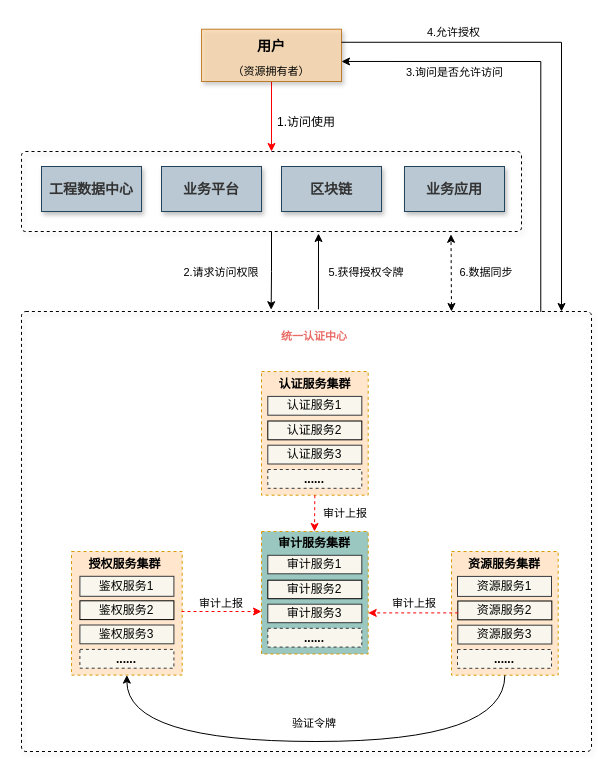
sun-beijixing/drawio keeps this draw.io diagram as page "第 1 页" (1 of 2) of 东庄信息化项目-统一权限管理-总设计图.drawio. Above is the earlier version. Source tidied: cells renumbered, new cells numbered last; positions are measured from the earlier drawing's top-left corner, leaving out a move shared by most shapes. Both pictures are drawn from the tidied source at 100%, with x=0, y=0 at pixel (21, 21).
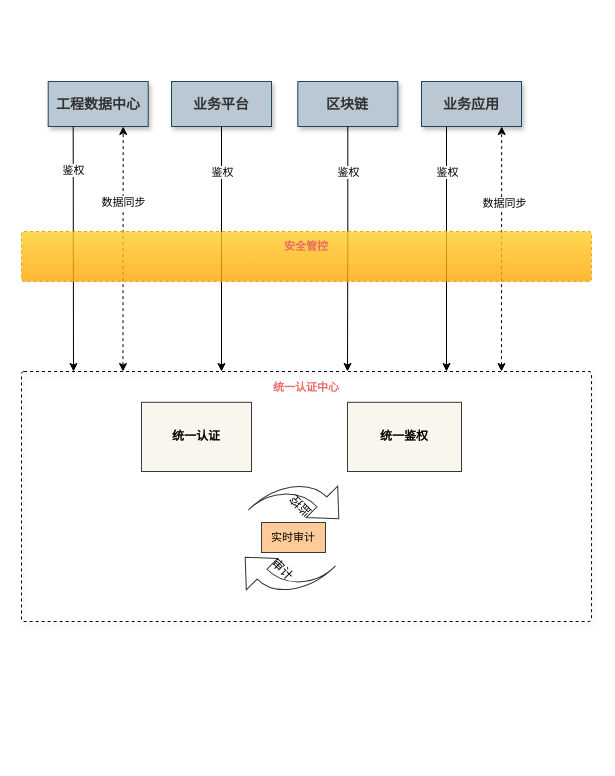
Above is the later version.

Commit message (it also covers changes not shown here):
更新东庄信息化项目-统一权限管理-总设计图.drawio

Diff of the diagram source:
```diff
@@
-    <mxCell id="2" style="rounded=1;whiteSpace=wrap;html=1;shadow=1;fontSize=11;strokeWidth=1;fillColor=none;dashed=1;arcSize=5;" parent="1" vertex="1">
-      <mxGeometry y="130" width="500" height="80" as="geometry" />
-    </mxCell>
     <mxCell id="3" style="text;html=1;fillColor=none;align=center;verticalAlign=middle;whiteSpace=wrap;fontSize=54;fontStyle=1;shadow=1;rounded=1;glass=0;sketch=0;arcSize=1;dashed=1;strokeWidth=1;strokeColor=default;" parent="1" vertex="1">
-      <mxGeometry y="290" width="570" height="440" as="geometry" />
+      <mxGeometry y="350" width="570" height="250" as="geometry" />
     </mxCell>
-    <mxCell id="4" style="edgeStyle=orthogonalEdgeStyle;elbow=horizontal;endArrow=classic;html=1;rounded=0;jumpStyle=none;exitX=0.5;exitY=1;exitDx=0;exitDy=0;entryX=0.438;entryY=-0.004;entryDx=0;entryDy=0;entryPerimeter=0;" parent="1" edge="1" source="2" target="3">
-      <mxGeometry relative="1" as="geometry" />
-    </mxCell>
-    <mxCell id="5" style="group;" parent="1" vertex="1">
-      <mxGeometry x="240" y="510" width="106.7" height="122.5" as="geometry" />
-    </mxCell>
-    <mxCell id="6" style="rounded=0;whiteSpace=wrap;html=1;shadow=0;glass=0;sketch=0;fillColor=#9AC7BF;strokeColor=#d79b00;dashed=1;" parent="5" vertex="1">
-      <mxGeometry width="106.7" height="122.5" as="geometry" />
-    </mxCell>
-    <mxCell id="7" value="&lt;font style=&quot;font-size: 12px;&quot;&gt;&lt;b&gt;审计服务集群&lt;/b&gt;&lt;/font&gt;" style="text;html=1;strokeColor=none;fillColor=none;align=center;verticalAlign=middle;whiteSpace=wrap;rounded=0;shadow=1;fontSize=16;" parent="5" vertex="1">
-      <mxGeometry x="3.3" y="0.4" width="100" height="18.5" as="geometry" />
-    </mxCell>
-    <mxCell id="8" value="审计服务1" style="rounded=0;whiteSpace=wrap;html=1;shadow=0;fontSize=12;fillColor=#f9f7ed;strokeColor=#36393d;" parent="5" vertex="1">
-      <mxGeometry x="6.3" y="23.8" width="94" height="18.5" as="geometry" />
-    </mxCell>
-    <mxCell id="9" value="审计服务2" style="rounded=0;whiteSpace=wrap;html=1;shadow=0;fontSize=12;fillColor=#f9f7ed;strokeColor=default;" parent="5" vertex="1">
-      <mxGeometry x="6.3" y="48.7" width="94" height="18.5" as="geometry" />
-    </mxCell>
-    <mxCell id="10" value="审计服务3" style="rounded=0;whiteSpace=wrap;html=1;shadow=0;fontSize=12;fillColor=#f9f7ed;strokeColor=#36393d;" parent="5" vertex="1">
-      <mxGeometry x="6.3" y="72.7" width="94" height="18.5" as="geometry" />
-    </mxCell>
-    <mxCell id="11" value="&lt;b&gt;......&lt;/b&gt;" style="rounded=0;whiteSpace=wrap;html=1;shadow=0;fontSize=12;fillColor=#f9f7ed;strokeColor=#36393d;dashed=1;verticalAlign=bottom;align=center;" parent="5" vertex="1">
-      <mxGeometry x="6.3" y="96.8" width="94" height="18.8" as="geometry" />
-    </mxCell>
-    <mxCell id="12" style="group;" parent="1" vertex="1">
-      <mxGeometry x="240" y="350" width="106.7" height="123.7" as="geometry" />
-    </mxCell>
-    <mxCell id="13" style="rounded=0;whiteSpace=wrap;html=1;shadow=0;glass=0;sketch=0;fillColor=#ffe6cc;strokeColor=#d79b00;dashed=1;" parent="12" vertex="1">
-      <mxGeometry width="106.7" height="123.7" as="geometry" />
-    </mxCell>
-    <mxCell id="14" value="&lt;span style=&quot;font-size: 12px;&quot;&gt;&lt;b&gt;认证服务集群&lt;/b&gt;&lt;/span&gt;" style="text;html=1;strokeColor=none;fillColor=none;align=center;verticalAlign=middle;whiteSpace=wrap;rounded=0;shadow=1;fontSize=16;" parent="12" vertex="1">
-      <mxGeometry x="13.8" y="1.2" width="79" height="18.8" as="geometry" />
-    </mxCell>
-    <mxCell id="15" value="认证服务1" style="rounded=0;whiteSpace=wrap;html=1;shadow=0;fontSize=12;fillColor=#f9f7ed;strokeColor=#36393d;" parent="12" vertex="1">
-      <mxGeometry x="6.3" y="24.9" width="94" height="18.8" as="geometry" />
-    </mxCell>
-    <mxCell id="16" value="认证服务2" style="rounded=0;whiteSpace=wrap;html=1;shadow=0;fontSize=12;fillColor=#f9f7ed;strokeColor=default;" parent="12" vertex="1">
-      <mxGeometry x="6.3" y="49.5" width="94" height="18.8" as="geometry" />
-    </mxCell>
-    <mxCell id="17" value="认证服务3" style="rounded=0;whiteSpace=wrap;html=1;shadow=0;fontSize=12;fillColor=#f9f7ed;strokeColor=#36393d;" parent="12" vertex="1">
-      <mxGeometry x="6.3" y="73.7" width="94" height="18.8" as="geometry" />
-    </mxCell>
-    <mxCell id="18" value="&lt;b&gt;......&lt;/b&gt;" style="rounded=0;whiteSpace=wrap;html=1;shadow=0;fontSize=12;fillColor=#f9f7ed;strokeColor=#36393d;dashed=1;verticalAlign=bottom;align=center;" parent="12" vertex="1">
-      <mxGeometry x="6.3" y="98" width="94" height="18.8" as="geometry" />
-    </mxCell>
-    <mxCell id="19" style="group;" parent="1" vertex="1">
-      <mxGeometry x="430" y="530" width="106.7" height="123.7" as="geometry" />
-    </mxCell>
-    <mxCell id="20" style="rounded=0;whiteSpace=wrap;html=1;shadow=0;glass=0;sketch=0;fillColor=#ffe6cc;strokeColor=#d79b00;dashed=1;" parent="19" vertex="1">
-      <mxGeometry width="106.7" height="123.7" as="geometry" />
-    </mxCell>
-    <mxCell id="21" value="&lt;font style=&quot;font-size: 12px;&quot;&gt;&lt;b&gt;资源服务集群&lt;/b&gt;&lt;/font&gt;" style="text;html=1;strokeColor=none;fillColor=none;align=center;verticalAlign=middle;whiteSpace=wrap;rounded=0;shadow=1;fontSize=16;" parent="19" vertex="1">
-      <mxGeometry x="3" y="1.2" width="100" height="18.8" as="geometry" />
-    </mxCell>
-    <mxCell id="22" value="资源服务1" style="rounded=0;whiteSpace=wrap;html=1;shadow=0;fontSize=12;fillColor=#f9f7ed;strokeColor=#36393d;" parent="19" vertex="1">
-      <mxGeometry x="6" y="24.9" width="94" height="20" as="geometry" />
-    </mxCell>
-    <mxCell id="23" value="资源服务2" style="rounded=0;whiteSpace=wrap;html=1;shadow=0;fontSize=12;fillColor=#f9f7ed;strokeColor=default;" parent="19" vertex="1">
-      <mxGeometry x="6.3" y="49.5" width="94" height="18.8" as="geometry" />
-    </mxCell>
-    <mxCell id="24" value="资源服务3" style="rounded=0;whiteSpace=wrap;html=1;shadow=0;fontSize=12;fillColor=#f9f7ed;strokeColor=#36393d;" parent="19" vertex="1">
-      <mxGeometry x="6.3" y="73.7" width="94" height="18.8" as="geometry" />
-    </mxCell>
-    <mxCell id="25" value="&lt;b&gt;......&lt;/b&gt;" style="rounded=0;whiteSpace=wrap;html=1;shadow=0;fontSize=12;fillColor=#f9f7ed;strokeColor=#36393d;dashed=1;verticalAlign=bottom;align=center;" parent="19" vertex="1">
-      <mxGeometry x="6" y="98" width="94" height="18.8" as="geometry" />
-    </mxCell>
-    <mxCell id="26" style="group;" parent="1" vertex="1">
-      <mxGeometry x="50" y="530" width="110.7" height="123.6" as="geometry" />
-    </mxCell>
-    <mxCell id="27" style="rounded=0;whiteSpace=wrap;html=1;shadow=0;glass=0;sketch=0;fillColor=#ffe6cc;strokeColor=#d79b00;dashed=1;" parent="26" vertex="1">
-      <mxGeometry width="110.7" height="123.6" as="geometry" />
-    </mxCell>
-    <mxCell id="28" value="&lt;font style=&quot;font-size: 12px;&quot;&gt;&lt;b&gt;授权服务集群&lt;/b&gt;&lt;/font&gt;" style="text;html=1;strokeColor=none;fillColor=none;align=center;verticalAlign=middle;whiteSpace=wrap;rounded=0;shadow=1;fontSize=16;" parent="26" vertex="1">
-      <mxGeometry x="13.8" y="1.3" width="79" height="18.8" as="geometry" />
-    </mxCell>
-    <mxCell id="29" value="鉴权服务1" style="rounded=0;whiteSpace=wrap;html=1;shadow=0;fontSize=12;fillColor=#f9f7ed;strokeColor=#36393d;" parent="26" vertex="1">
-      <mxGeometry x="8.4" y="24.8" width="94" height="20" as="geometry" />
-    </mxCell>
-    <mxCell id="30" value="鉴权服务2" style="rounded=0;whiteSpace=wrap;html=1;shadow=0;fontSize=12;fillColor=#f9f7ed;strokeColor=default;" parent="26" vertex="1">
-      <mxGeometry x="8.4" y="49.3" width="94" height="18.8" as="geometry" />
-    </mxCell>
-    <mxCell id="31" value="鉴权服务3" style="rounded=0;whiteSpace=wrap;html=1;shadow=0;fontSize=12;fillColor=#f9f7ed;strokeColor=#36393d;" parent="26" vertex="1">
-      <mxGeometry x="8.4" y="73.5" width="94" height="18.8" as="geometry" />
-    </mxCell>
-    <mxCell id="32" value="&lt;b&gt;......&lt;/b&gt;" style="rounded=0;whiteSpace=wrap;html=1;shadow=0;fontSize=12;fillColor=#f9f7ed;strokeColor=#36393d;dashed=1;verticalAlign=bottom;align=center;" parent="26" vertex="1">
-      <mxGeometry x="8.4" y="97.9" width="94" height="18.8" as="geometry" />
-    </mxCell>
-    <mxCell id="33" style="edgeStyle=orthogonalEdgeStyle;rounded=0;jumpStyle=none;jettySize=auto;html=1;entryX=0.5;entryY=0;entryDx=0;entryDy=0;fontSize=14;strokeColor=#FF0000;" parent="1" edge="1" source="34" target="2">
-      <mxGeometry relative="1" as="geometry" />
-    </mxCell>
-    <mxCell id="34" value="&lt;font style=&quot;&quot;&gt;&lt;span style=&quot;font-weight: bold; font-size: 14px;&quot;&gt;用户&lt;br&gt;&lt;/span&gt;&lt;font style=&quot;font-size: 11px;&quot;&gt;（资源拥有者）&lt;/font&gt;&lt;/font&gt;" style="rounded=0;whiteSpace=wrap;html=1;shadow=1;glass=0;sketch=0;fontSize=20;fillColor=#fad7ac;strokeColor=#b46504;opacity=80;" parent="1" vertex="1">
-      <mxGeometry x="180" y="7.7" width="140" height="52.3" as="geometry" />
-    </mxCell>
-    <mxCell id="35" value="&lt;font style=&quot;font-size: 12px;&quot;&gt;1.访问使用&lt;/font&gt;" style="text;html=1;strokeColor=none;fillColor=none;align=center;verticalAlign=middle;whiteSpace=wrap;rounded=0;shadow=1;fontSize=14;" parent="1" vertex="1">
-      <mxGeometry x="245" y="90" width="80" height="20" as="geometry" />
-    </mxCell>
-    <mxCell id="36" value="&lt;font style=&quot;font-size: 11px;&quot;&gt;2.请求访问权限&lt;/font&gt;" style="text;html=1;strokeColor=none;fillColor=none;align=center;verticalAlign=middle;whiteSpace=wrap;rounded=0;shadow=1;fontSize=14;" parent="1" vertex="1">
-      <mxGeometry x="155" y="240" width="90" height="20" as="geometry" />
-    </mxCell>
-    <mxCell id="37" style="edgeStyle=orthogonalEdgeStyle;elbow=horizontal;endArrow=classic;html=1;rounded=0;jumpStyle=none;exitX=0.911;exitY=0.001;exitDx=0;exitDy=0;exitPerimeter=0;entryX=1;entryY=0.617;entryDx=0;entryDy=0;entryPerimeter=0;" parent="1" edge="1" source="3" target="34">
-      <mxGeometry relative="1" as="geometry">
-        <Array as="points">
-          <mxPoint x="519" y="40" />
-        </Array>
-      </mxGeometry>
-    </mxCell>
-    <mxCell id="38" value="&lt;font style=&quot;font-size: 11px;&quot;&gt;3.询问是否允许访问&lt;/font&gt;" style="text;html=1;strokeColor=none;fillColor=none;align=center;verticalAlign=middle;whiteSpace=wrap;rounded=0;shadow=1;fontSize=14;" parent="1" vertex="1">
-      <mxGeometry x="376.7" y="40" width="113.3" height="20" as="geometry" />
-    </mxCell>
     <mxCell id="39" value="&lt;b style=&quot;color: rgb(51, 51, 51); font-size: 14px;&quot;&gt;工程数据中心&lt;/b&gt;" style="rounded=0;whiteSpace=wrap;html=1;shadow=1;fontSize=11;strokeColor=#23445d;strokeWidth=1;fillColor=#bac8d3;" parent="1" vertex="1">
-      <mxGeometry x="20" y="145" width="100" height="45" as="geometry" />
+      <mxGeometry x="26.7" y="60" width="100" height="45" as="geometry" />
     </mxCell>
     <mxCell id="40" value="&lt;b style=&quot;color: rgb(51, 51, 51); font-size: 14px;&quot;&gt;业务平台&lt;/b&gt;" style="rounded=0;whiteSpace=wrap;html=1;shadow=1;fontSize=11;strokeColor=#23445d;strokeWidth=1;fillColor=#bac8d3;" parent="1" vertex="1">
-      <mxGeometry x="140" y="145" width="100" height="45" as="geometry" />
+      <mxGeometry x="150" y="60" width="100" height="45" as="geometry" />
     </mxCell>
     <mxCell id="41" value="&lt;b style=&quot;color: rgb(51, 51, 51); font-size: 14px;&quot;&gt;区块链&lt;/b&gt;" style="rounded=0;whiteSpace=wrap;html=1;shadow=1;fontSize=11;strokeColor=#23445d;strokeWidth=1;fillColor=#bac8d3;" parent="1" vertex="1">
-      <mxGeometry x="260" y="145" width="100" height="45" as="geometry" />
+      <mxGeometry x="276.3" y="60" width="100" height="45" as="geometry" />
     </mxCell>
     <mxCell id="42" value="&lt;b style=&quot;color: rgb(51, 51, 51); font-size: 14px;&quot;&gt;业务应用&lt;/b&gt;" style="rounded=0;whiteSpace=wrap;html=1;shadow=1;fontSize=11;strokeColor=#23445d;strokeWidth=1;fillColor=#bac8d3;" parent="1" vertex="1">
-      <mxGeometry x="383" y="145" width="100" height="45" as="geometry" />
+      <mxGeometry x="400" y="60" width="100" height="45" as="geometry" />
     </mxCell>
-    <mxCell id="43" style="edgeStyle=orthogonalEdgeStyle;elbow=horizontal;endArrow=classic;html=1;rounded=0;jumpStyle=none;exitX=1;exitY=0.25;exitDx=0;exitDy=0;" parent="1" edge="1" source="34">
-      <mxGeometry relative="1" as="geometry">
-        <mxPoint x="540" y="290" as="targetPoint" />
-        <Array as="points">
-          <mxPoint x="540" y="21" />
-          <mxPoint x="540" y="290" />
-        </Array>
-      </mxGeometry>
-    </mxCell>
-    <mxCell id="44" value="&lt;font style=&quot;font-size: 11px;&quot;&gt;4.允许授权&lt;/font&gt;" style="text;html=1;strokeColor=none;fillColor=none;align=center;verticalAlign=middle;whiteSpace=wrap;rounded=0;shadow=1;fontSize=14;" parent="1" vertex="1">
-      <mxGeometry x="376.3" width="113.3" height="20" as="geometry" />
-    </mxCell>
-    <mxCell id="45" style="edgeStyle=orthogonalEdgeStyle;elbow=horizontal;endArrow=classic;html=1;rounded=0;jumpStyle=none;entryX=0.594;entryY=1.025;entryDx=0;entryDy=0;entryPerimeter=0;exitX=0.521;exitY=-0.005;exitDx=0;exitDy=0;exitPerimeter=0;" parent="1" edge="1" source="3" target="2">
-      <mxGeometry relative="1" as="geometry" />
+    <mxCell id="45" style="edgeStyle=orthogonalEdgeStyle;elbow=horizontal;endArrow=classic;html=1;rounded=0;jumpStyle=none;exitX=0.5;exitY=1;exitDx=0;exitDy=0;" parent="1" edge="1" source="40">
+      <mxGeometry relative="1" as="geometry">
+        <mxPoint x="200" y="350" as="targetPoint" />
+      </mxGeometry>
     </mxCell>
-    <mxCell id="46" value="&lt;font style=&quot;font-size: 11px;&quot;&gt;5.获得授权令牌&lt;/font&gt;" style="text;html=1;strokeColor=none;fillColor=none;align=center;verticalAlign=middle;whiteSpace=wrap;rounded=0;shadow=1;fontSize=14;" parent="1" vertex="1">
-      <mxGeometry x="300" y="240" width="90" height="20" as="geometry" />
-    </mxCell>
-    <mxCell id="47" style="edgeStyle=orthogonalEdgeStyle;rounded=0;jumpStyle=none;orthogonalLoop=1;jettySize=auto;html=1;fontSize=14;dashed=1;strokeColor=#FF0000;" parent="1" edge="1">
-      <mxGeometry relative="1" as="geometry">
-        <mxPoint x="436.7" y="591.4" as="sourcePoint" />
-        <mxPoint x="346.7" y="591.4" as="targetPoint" />
-      </mxGeometry>
-    </mxCell>
-    <mxCell id="48" style="edgeStyle=orthogonalEdgeStyle;rounded=0;jumpStyle=none;orthogonalLoop=1;jettySize=auto;html=1;fontSize=14;dashed=1;strokeColor=#FF0000;" parent="1" edge="1">
-      <mxGeometry relative="1" as="geometry">
-        <mxPoint x="160" y="590" as="sourcePoint" />
-        <mxPoint x="240" y="590" as="targetPoint" />
-      </mxGeometry>
-    </mxCell>
-    <mxCell id="49" style="edgeStyle=orthogonalEdgeStyle;rounded=0;jumpStyle=none;jettySize=auto;html=1;fontSize=14;exitX=0.5;exitY=1;exitDx=0;exitDy=0;dashed=1;strokeColor=#FF0000;" parent="1" edge="1" source="13">
-      <mxGeometry relative="1" as="geometry">
-        <mxPoint x="293" y="510" as="targetPoint" />
-      </mxGeometry>
-    </mxCell>
+    <mxCell id="58" value="鉴权" style="edgeLabel;html=1;align=center;verticalAlign=middle;" parent="45" vertex="1">
+      <mxGeometry x="-0.58" relative="1" as="geometry">
+        <mxPoint y="-7" as="offset" />
+      </mxGeometry>
+    </mxCell>
     <mxCell id="50" value="&lt;b&gt;&lt;font color=&quot;#ea6b66&quot;&gt;统一认证中心&lt;/font&gt;&lt;/b&gt;" style="text;html=1;strokeColor=none;fillColor=none;align=center;verticalAlign=middle;whiteSpace=wrap;rounded=0;shadow=1;fontSize=11;" parent="1" vertex="1">
-      <mxGeometry x="223.3" y="300" width="140" height="30" as="geometry" />
+      <mxGeometry x="215" y="350.8" width="140" height="30" as="geometry" />
     </mxCell>
-    <mxCell id="51" style="edgeStyle=orthogonalEdgeStyle;rounded=0;jumpStyle=none;jettySize=auto;html=1;fontSize=14;curved=1;exitX=0.5;exitY=1;exitDx=0;exitDy=0;entryX=0.5;entryY=1;entryDx=0;entryDy=0;" parent="1" edge="1" source="20" target="27">
-      <mxGeometry relative="1" as="geometry">
-        <Array as="points">
-          <mxPoint x="483" y="720" />
-          <mxPoint x="105" y="720" />
-        </Array>
-      </mxGeometry>
-    </mxCell>
-    <mxCell id="52" value="&lt;font color=&quot;#000000&quot;&gt;验证令牌&lt;/font&gt;" style="text;html=1;strokeColor=none;fillColor=none;align=center;verticalAlign=middle;whiteSpace=wrap;rounded=0;shadow=1;fontSize=11;fontColor=#97D077;" parent="1" vertex="1">
-      <mxGeometry x="263" y="690" width="60" height="24" as="geometry" />
-    </mxCell>
-    <mxCell id="53" value="&lt;font style=&quot;font-size: 11px;&quot; color=&quot;#000000&quot;&gt;审计上报&lt;/font&gt;" style="text;html=1;strokeColor=none;fillColor=none;align=center;verticalAlign=middle;whiteSpace=wrap;rounded=0;shadow=1;fontSize=11;fontColor=#97D077;" parent="1" vertex="1">
-      <mxGeometry x="363.3" y="570" width="60" height="24" as="geometry" />
-    </mxCell>
-    <mxCell id="54" value="&lt;font style=&quot;font-size: 11px;&quot; color=&quot;#000000&quot;&gt;审计上报&lt;/font&gt;" style="text;html=1;strokeColor=none;fillColor=none;align=center;verticalAlign=middle;whiteSpace=wrap;rounded=0;shadow=1;fontSize=11;fontColor=#97D077;" parent="1" vertex="1">
-      <mxGeometry x="294" y="480" width="60" height="24" as="geometry" />
-    </mxCell>
-    <mxCell id="55" value="&lt;font style=&quot;font-size: 11px;&quot; color=&quot;#000000&quot;&gt;审计上报&lt;/font&gt;" style="text;html=1;strokeColor=none;fillColor=none;align=center;verticalAlign=middle;whiteSpace=wrap;rounded=0;shadow=1;fontSize=11;fontColor=#97D077;" parent="1" vertex="1">
-      <mxGeometry x="170" y="570" width="60" height="24" as="geometry" />
-    </mxCell>
-    <mxCell id="56" value="&lt;font style=&quot;font-size: 11px;&quot;&gt;6.数据同步&lt;/font&gt;" style="text;html=1;strokeColor=none;fillColor=none;align=center;verticalAlign=middle;whiteSpace=wrap;rounded=0;shadow=1;fontSize=14;" parent="1" vertex="1">
-      <mxGeometry x="430" y="240" width="70" height="20" as="geometry" />
-    </mxCell>
-    <mxCell id="57" style="endArrow=classic;startArrow=classic;html=1;rounded=0;dashed=1;fontSize=11;fontColor=#000000;strokeColor=#000000;jumpStyle=none;entryX=0.859;entryY=1.035;entryDx=0;entryDy=0;entryPerimeter=0;" parent="1" edge="1" target="2">
-      <mxGeometry relative="1" as="geometry">
-        <mxPoint x="430" y="290" as="sourcePoint" />
-      </mxGeometry>
-    </mxCell>
+    <mxCell id="15" value="&lt;b&gt;统一认证&lt;/b&gt;" style="rounded=0;whiteSpace=wrap;html=1;shadow=0;fontSize=12;fillColor=#f9f7ed;strokeColor=#36393d;" parent="1" vertex="1">
+      <mxGeometry x="120" y="380.8" width="110" height="69.2" as="geometry" />
+    </mxCell>
+    <mxCell id="59" value="&lt;b&gt;统一鉴权&lt;/b&gt;" style="rounded=0;whiteSpace=wrap;html=1;shadow=0;fontSize=12;fillColor=#f9f7ed;strokeColor=#36393d;" parent="1" vertex="1">
+      <mxGeometry x="326" y="380.8" width="114" height="69.2" as="geometry" />
+    </mxCell>
+    <mxCell id="60" style="edgeStyle=orthogonalEdgeStyle;elbow=horizontal;endArrow=classic;html=1;rounded=0;jumpStyle=none;exitX=0.5;exitY=1;exitDx=0;exitDy=0;" parent="1" edge="1" source="41">
+      <mxGeometry relative="1" as="geometry">
+        <mxPoint x="326" y="350" as="targetPoint" />
+      </mxGeometry>
+    </mxCell>
+    <mxCell id="61" value="鉴权" style="edgeLabel;html=1;align=center;verticalAlign=middle;" parent="60" vertex="1">
+      <mxGeometry x="-0.43" y="-1" relative="1" as="geometry">
+        <mxPoint x="1" y="-25" as="offset" />
+      </mxGeometry>
+    </mxCell>
+    <mxCell id="62" style="edgeStyle=orthogonalEdgeStyle;elbow=horizontal;endArrow=classic;html=1;rounded=0;jumpStyle=none;exitX=0.25;exitY=1;exitDx=0;exitDy=0;" parent="1" edge="1" source="42">
+      <mxGeometry relative="1" as="geometry">
+        <mxPoint x="425" y="350" as="targetPoint" />
+      </mxGeometry>
+    </mxCell>
+    <mxCell id="63" value="鉴权" style="edgeLabel;html=1;align=center;verticalAlign=middle;" parent="62" vertex="1">
+      <mxGeometry x="-0.37" y="2" relative="1" as="geometry">
+        <mxPoint x="-2" y="-32" as="offset" />
+      </mxGeometry>
+    </mxCell>
+    <mxCell id="64" style="endArrow=classic;startArrow=classic;html=1;rounded=0;entryX=0.75;entryY=1;entryDx=0;entryDy=0;exitX=0.178;exitY=0;exitDx=0;exitDy=0;exitPerimeter=0;dashed=1;" parent="1" edge="1" source="3" target="39">
+      <mxGeometry relative="1" as="geometry" />
+    </mxCell>
+    <mxCell id="65" value="数据同步" style="edgeLabel;html=1;align=center;verticalAlign=middle;" parent="64" vertex="1">
+      <mxGeometry x="0.49" relative="1" as="geometry">
+        <mxPoint y="13" as="offset" />
+      </mxGeometry>
+    </mxCell>
+    <mxCell id="66" value="审计" style="html=1;shadow=0;dashed=0;align=center;verticalAlign=middle;shape=mxgraph.arrows2.jumpInArrow;dy=6.92;dx=23.83;arrowHead=44.5;opacity=80;direction=west;rotation=45;" parent="1" vertex="1">
+      <mxGeometry x="226" y="508" width="70" height="80" as="geometry" />
+    </mxCell>
+    <mxCell id="67" value="监控" style="html=1;shadow=0;dashed=0;align=center;verticalAlign=middle;shape=mxgraph.arrows2.jumpInArrow;dy=6.92;dx=23.83;arrowHead=44.5;opacity=80;direction=west;rotation=-135;" parent="1" vertex="1">
+      <mxGeometry x="245" y="445" width="70" height="80" as="geometry" />
+    </mxCell>
+    <mxCell id="68" value="&lt;span style=&quot;font-size: 11px;&quot;&gt;实时审计&lt;/span&gt;" style="rounded=0;whiteSpace=wrap;html=1;shadow=0;fontSize=12;fillColor=#ffcc99;strokeColor=#36393d;" parent="1" vertex="1">
+      <mxGeometry x="240" y="501" width="64" height="30" as="geometry" />
+    </mxCell>
+    <mxCell id="69" style="endArrow=classic;startArrow=classic;html=1;rounded=0;entryX=0.75;entryY=1;entryDx=0;entryDy=0;exitX=0.178;exitY=0;exitDx=0;exitDy=0;exitPerimeter=0;dashed=1;" parent="1" edge="1">
+      <mxGeometry relative="1" as="geometry">
+        <mxPoint x="480" y="350" as="sourcePoint" />
+        <mxPoint x="480.2" y="105" as="targetPoint" />
+      </mxGeometry>
+    </mxCell>
+    <mxCell id="70" value="数据同步" style="edgeLabel;html=1;align=center;verticalAlign=middle;" parent="69" vertex="1">
+      <mxGeometry x="0.34" y="-2" relative="1" as="geometry">
+        <mxPoint y="-5" as="offset" />
+      </mxGeometry>
+    </mxCell>
+    <mxCell id="71" style="endArrow=classic;html=1;rounded=0;exitX=0.25;exitY=1;exitDx=0;exitDy=0;" parent="1" edge="1" source="39">
+      <mxGeometry relative="1" as="geometry">
+        <mxPoint x="52" y="350" as="targetPoint" />
+      </mxGeometry>
+    </mxCell>
+    <mxCell id="72" value="鉴权" style="edgeLabel;html=1;align=center;verticalAlign=middle;" parent="71" vertex="1">
+      <mxGeometry x="-0.64" relative="1" as="geometry" />
+    </mxCell>
+    <mxCell id="2" style="rounded=1;whiteSpace=wrap;html=1;shadow=0;fontSize=11;strokeWidth=1;fillColor=#ffcd28;dashed=1;arcSize=5;strokeColor=#d79b00;opacity=80;gradientColor=#ffa500;" parent="1" vertex="1">
+      <mxGeometry y="210" width="570" height="50" as="geometry" />
+    </mxCell>
+    <mxCell id="73" value="&lt;b&gt;&lt;font color=&quot;#ea6b66&quot;&gt;安全管控&lt;/font&gt;&lt;/b&gt;" style="text;html=1;strokeColor=none;fillColor=none;align=center;verticalAlign=middle;whiteSpace=wrap;rounded=0;shadow=1;fontSize=11;" parent="1" vertex="1">
+      <mxGeometry x="215" y="210" width="140" height="30" as="geometry" />
+    </mxCell>
```
